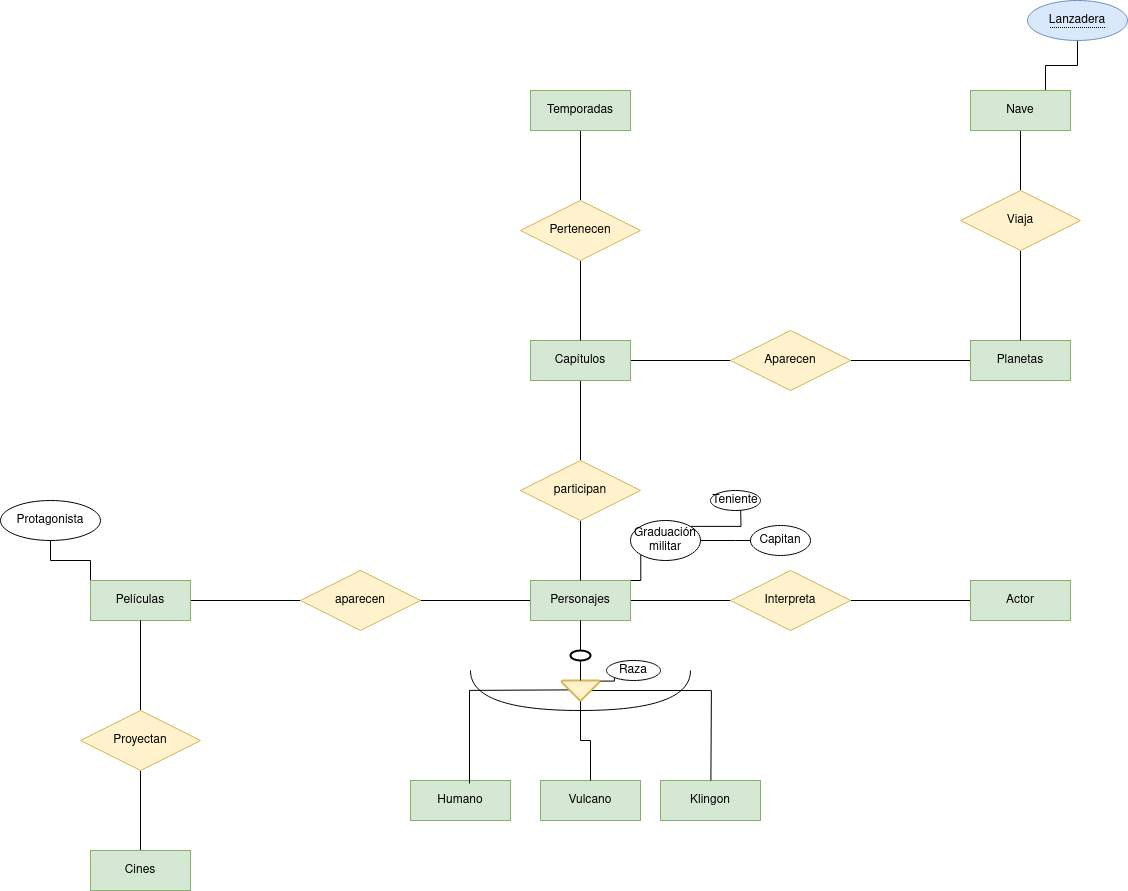
Above: Unidad-1/Tareas/Tarea-evaluable3/Diagrama sin título.drawio.png in jdrguez/2-Daw (draw.io), before the change. Source tidied: cells renumbered, new cells last; positions are measured from the earlier drawing's top-left corner, leaving out a move shared by most shapes.
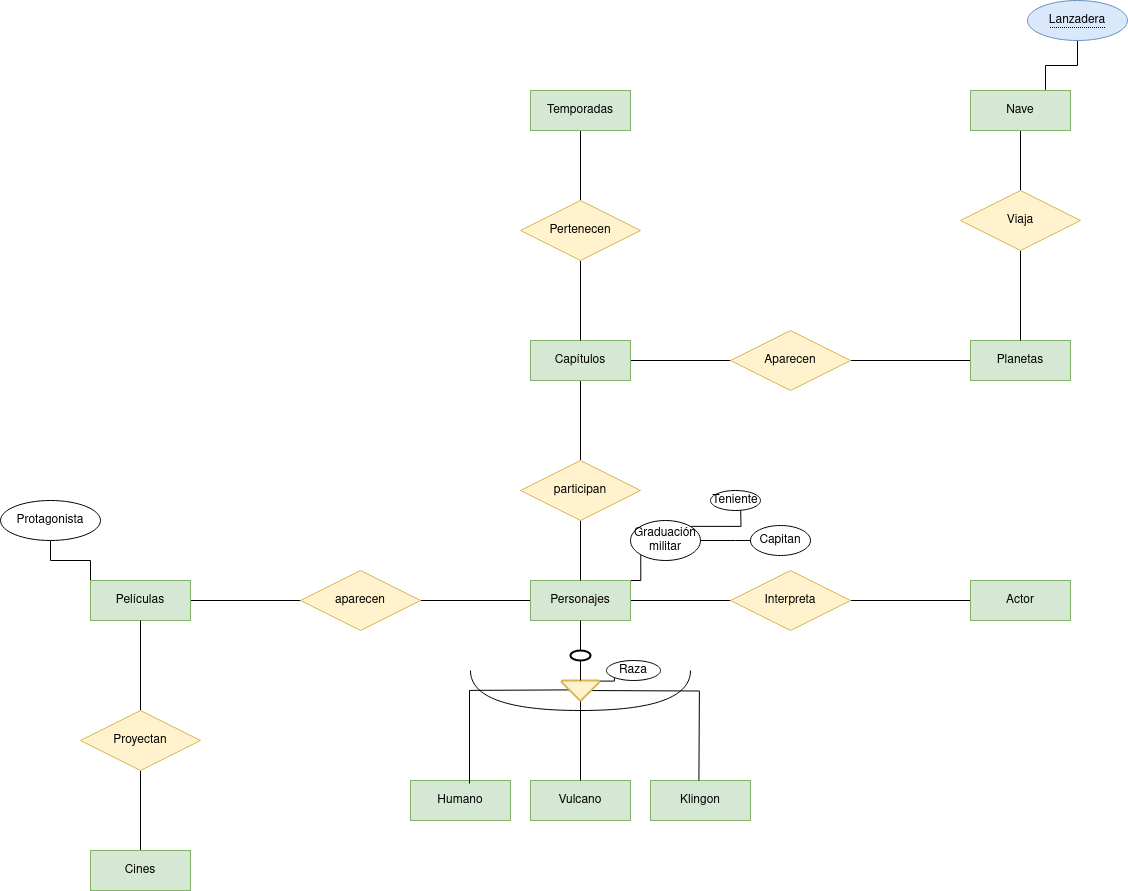
The same file after the commit.

Diff of the diagram source:
```diff
@@ -18,10 +18,10 @@
       <mxGeometry x="410" y="780" width="100" height="40" as="geometry" />
     </mxCell>
     <mxCell id="7" value="Vulcano" style="whiteSpace=wrap;html=1;align=center;fillColor=#d5e8d4;strokeColor=#82b366;" parent="1" vertex="1">
-      <mxGeometry x="540" y="780" width="100" height="40" as="geometry" />
+      <mxGeometry x="530" y="780" width="100" height="40" as="geometry" />
     </mxCell>
     <mxCell id="8" value="Klingon" style="whiteSpace=wrap;html=1;align=center;fillColor=#d5e8d4;strokeColor=#82b366;" parent="1" vertex="1">
-      <mxGeometry x="660" y="780" width="100" height="40" as="geometry" />
+      <mxGeometry x="650" y="780" width="100" height="40" as="geometry" />
     </mxCell>
     <mxCell id="9" style="strokeWidth=2;html=1;shape=mxgraph.flowchart.start_1;whiteSpace=wrap;" parent="1" vertex="1">
       <mxGeometry x="570" y="650" width="20" height="10" as="geometry" />
@@ -34,9 +34,10 @@
         <mxPoint x="570" y="689.4" as="sourcePoint" />
       </mxGeometry>
     </mxCell>
-    <mxCell id="12" style="edgeStyle=orthogonalEdgeStyle;rounded=0;jettySize=auto;html=1;exitX=0.22;exitY=0.5;exitDx=0;exitDy=0;exitPerimeter=0;entryX=0.5;entryY=0;entryDx=0;entryDy=0;endArrow=none;endFill=0;" parent="1" edge="1" source="15">
+    <mxCell id="12" style="edgeStyle=orthogonalEdgeStyle;rounded=0;orthogonalLoop=1;jettySize=auto;html=1;exitX=0.22;exitY=0.5;exitDx=0;exitDy=0;exitPerimeter=0;entryX=0.5;entryY=0;entryDx=0;entryDy=0;endArrow=none;endFill=0;" parent="1" edge="1">
       <mxGeometry relative="1" as="geometry">
-        <mxPoint x="710.4" y="780" as="targetPoint" />
+        <mxPoint x="578.6" y="690" as="sourcePoint" />
+        <mxPoint x="698.4" y="780" as="targetPoint" />
       </mxGeometry>
     </mxCell>
     <mxCell id="13" style="edgeStyle=orthogonalEdgeStyle;rounded=0;jettySize=auto;html=1;exitX=0.01;exitY=0.97;exitDx=0;exitDy=0;exitPerimeter=0;entryX=0;entryY=1;entryDx=0;entryDy=0;endArrow=none;endFill=0;" parent="1" edge="1" source="15" target="17">
```
